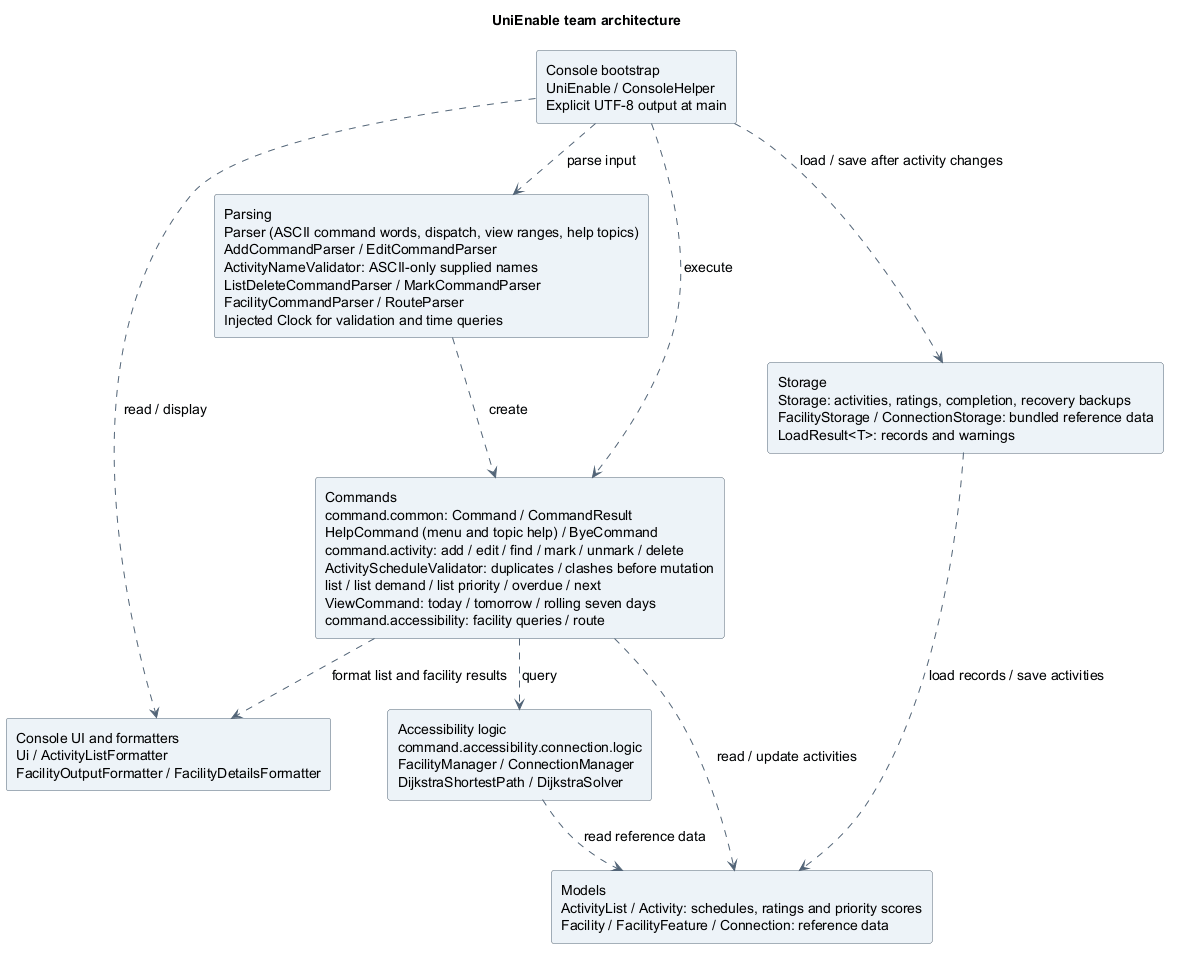
Earlier version of the PlantUML export docs/images/team/architecture/ArchitectureDiagram.png (AY2627S1-CS2113-T10-4/tp).
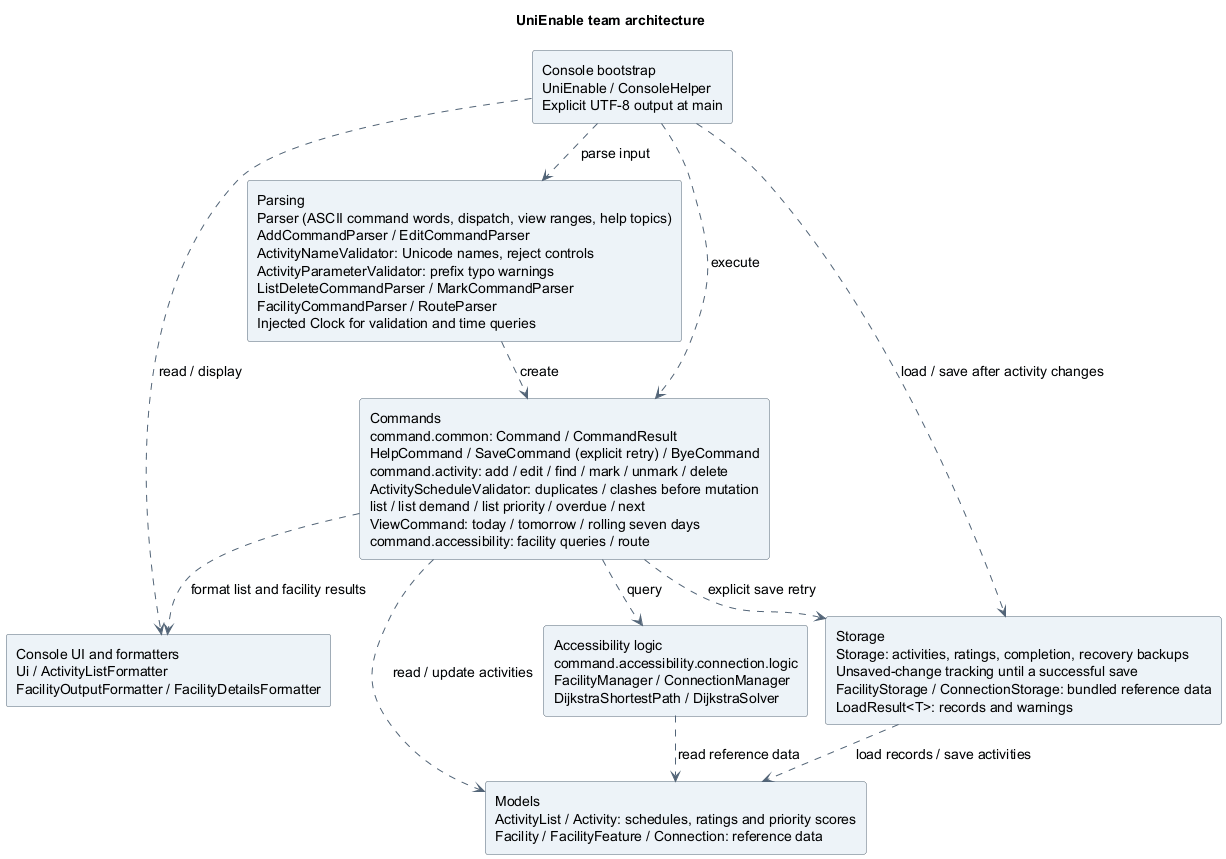
The same diagram one commit later.

The edit, as a diff of the source:
```diff
@@ -16,9 +16,9 @@
 
 component "Console bootstrap\nUniEnable / ConsoleHelper\nExplicit UTF-8 output at main" as Console
 component "Console UI and formatters\nUi / ActivityListFormatter\nFacilityOutputFormatter / FacilityDetailsFormatter" as UI
-component "Parsing\nParser (ASCII command words, dispatch, view ranges, help topics)\nAddCommandParser / EditCommandParser\nActivityNameValidator: ASCII-only supplied names\nListDeleteCommandParser / MarkCommandParser\nFacilityCommandParser / RouteParser\nInjected Clock for validation and time queries" as Parsing
-component "Commands\ncommand.common: Command / CommandResult\nHelpCommand (menu and topic help) / ByeCommand\ncommand.activity: add / edit / find / mark / unmark / delete\nActivityScheduleValidator: duplicates / clashes before mutation\nlist / list demand / list priority / overdue / next\nViewCommand: today / tomorrow / rolling seven days\ncommand.accessibility: facility queries / route" as Commands
-component "Storage\nStorage: activities, ratings, completion, recovery backups\nFacilityStorage / ConnectionStorage: bundled reference data\nLoadResult<T>: records and warnings" as Storage
+component "Parsing\nParser (ASCII command words, dispatch, view ranges, help topics)\nAddCommandParser / EditCommandParser\nActivityNameValidator: Unicode names, reject controls\nActivityParameterValidator: prefix typo warnings\nListDeleteCommandParser / MarkCommandParser\nFacilityCommandParser / RouteParser\nInjected Clock for validation and time queries" as Parsing
+component "Commands\ncommand.common: Command / CommandResult\nHelpCommand / SaveCommand (explicit retry) / ByeCommand\ncommand.activity: add / edit / find / mark / unmark / delete\nActivityScheduleValidator: duplicates / clashes before mutation\nlist / list demand / list priority / overdue / next\nViewCommand: today / tomorrow / rolling seven days\ncommand.accessibility: facility queries / route" as Commands
+component "Storage\nStorage: activities, ratings, completion, recovery backups\nUnsaved-change tracking until a successful save\nFacilityStorage / ConnectionStorage: bundled reference data\nLoadResult<T>: records and warnings" as Storage
 component "Accessibility logic\ncommand.accessibility.connection.logic\nFacilityManager / ConnectionManager\nDijkstraShortestPath / DijkstraSolver" as Accessibility
 component "Models\nActivityList / Activity: schedules, ratings and priority scores\nFacility / FacilityFeature / Connection: reference data" as Models
 
@@ -28,6 +28,7 @@
 Console ..> Storage : load / save after activity changes
 Parsing ..> Commands : create
 Commands ..> Models : read / update activities
+Commands ..> Storage : explicit save retry
 Commands ..> Accessibility : query
 Commands ..> UI : format list and facility results
 Accessibility ..> Models : read reference data
```
